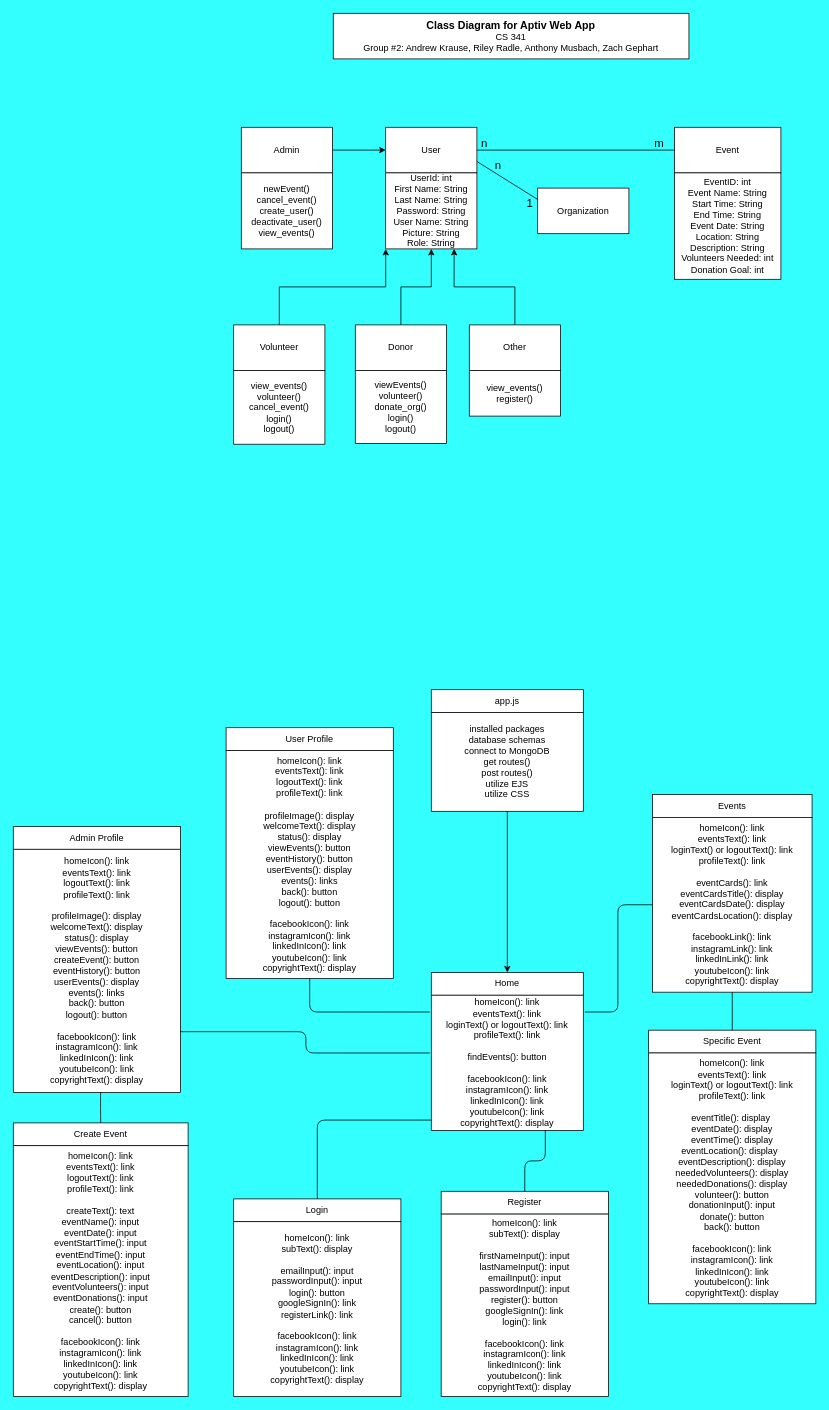
The draw.io diagram Architecture-Design/DrawIO-Files/Architectural-Design(Class-Diagrams).drawio in Andrew-EKrause/TeamAptiv-Web-App, before the edit. Source tidied: cells renumbered, new cells numbered last; positions are measured from the earlier drawing's top-left corner, leaving out a move shared by most shapes. Both pictures are drawn from the tidied source at 76%, with x=0, y=0 at pixel (13, 13).
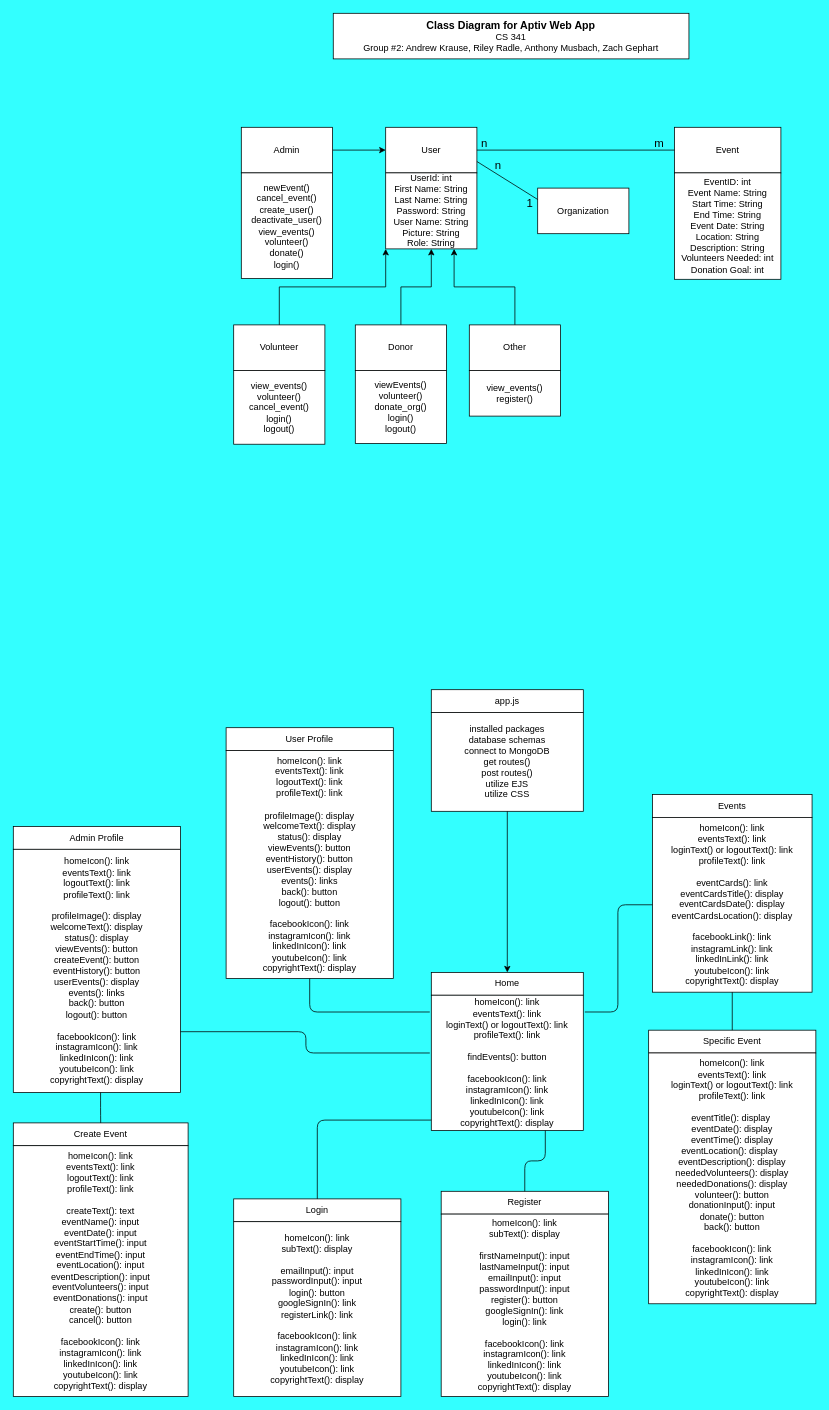
The same diagram, later.

Commit message:
class diagram fix

Diff of the diagram source:
```diff
@@
-    <mxCell id="15" value="newEvent()&lt;br&gt;cancel_event()&lt;br&gt;create_user()&lt;br&gt;deactivate_user()&lt;br&gt;view_events()" style="rounded=0;whiteSpace=wrap;html=1;" parent="1" vertex="1">
-      <mxGeometry x="300" y="210" width="120" height="100" as="geometry" />
+    <mxCell id="15" value="newEvent()&lt;br&gt;cancel_event()&lt;br&gt;create_user()&lt;br&gt;deactivate_user()&lt;br&gt;view_events()&lt;br&gt;volunteer()&lt;br&gt;donate()&lt;br&gt;login()" style="rounded=0;whiteSpace=wrap;html=1;" parent="1" vertex="1">
+      <mxGeometry x="300" y="210" width="120" height="139" as="geometry" />
     </mxCell>
```
